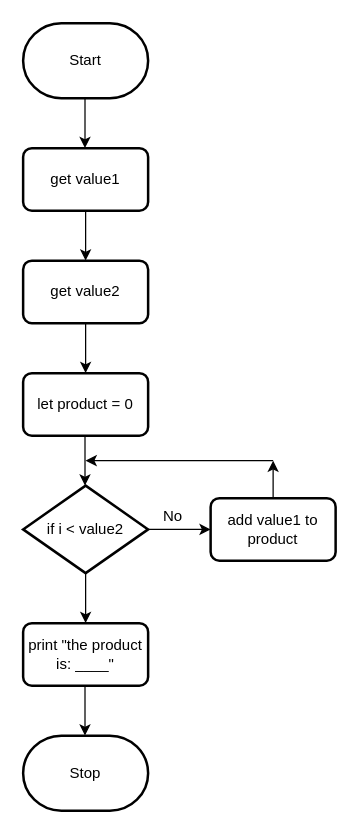
MTHS-ICD2O-1-2024/ICD2O-Unit-5-06-Isaac-Ip keeps this draw.io diagram as design/flowchart.drawio. Above is the earlier version. Source tidied: cells renumbered, new cells numbered last; positions are measured from the earlier drawing's top-left corner, leaving out a move shared by most shapes. Both pictures are drawn from the tidied source at 125%, with x=0, y=0 at pixel (22, 22).
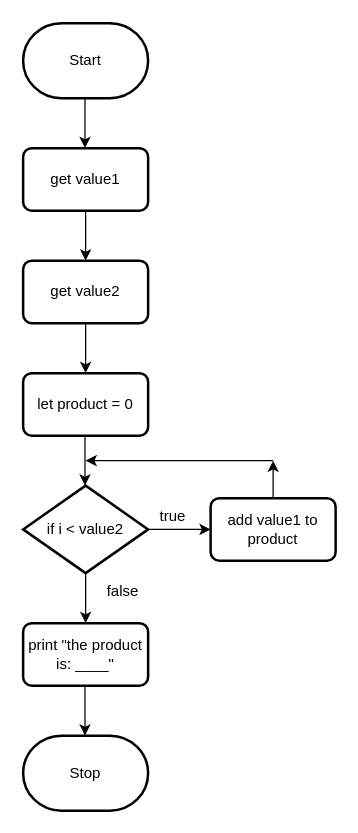
After the change.

Change to the diagram source:
```diff
@@
-    <mxCell id="16" value="No" style="text;strokeColor=none;align=center;fillColor=none;html=1;verticalAlign=middle;whiteSpace=wrap;rounded=0;" parent="1" vertex="1">
+    <mxCell id="16" value="true" style="text;strokeColor=none;align=center;fillColor=none;html=1;verticalAlign=middle;whiteSpace=wrap;rounded=0;" parent="1" vertex="1">
       <mxGeometry x="90" y="380" width="60" height="30" as="geometry" />
     </mxCell>
@@
+    <mxCell id="20" value="false" style="text;strokeColor=none;align=center;fillColor=none;html=1;verticalAlign=middle;whiteSpace=wrap;rounded=0;" parent="1" vertex="1">
+      <mxGeometry x="50" y="440" width="60" height="30" as="geometry" />
+    </mxCell>
```
